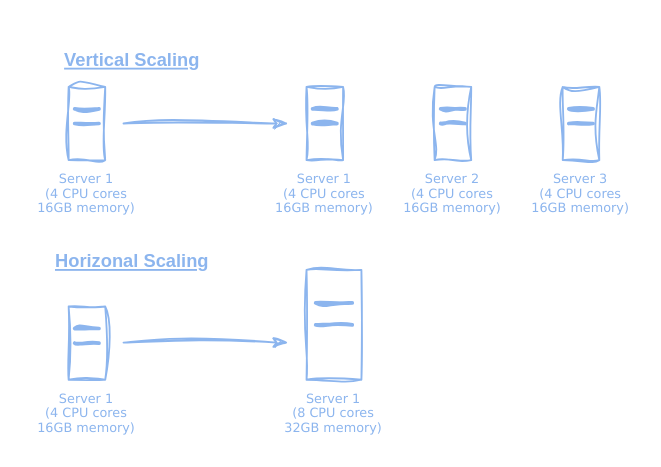
This is page "Page-1" (1 of 2) of diagrams/scaling.drawio from MichaelStott/tech-squawks, a draw.io file, before an edit. Source tidied: cells renumbered, new cells numbered last; positions are measured from the earlier drawing's top-left corner, leaving out a move shared by most shapes. Both pictures are drawn from the tidied source at 183%, with x=0, y=0 at pixel (31, 31).
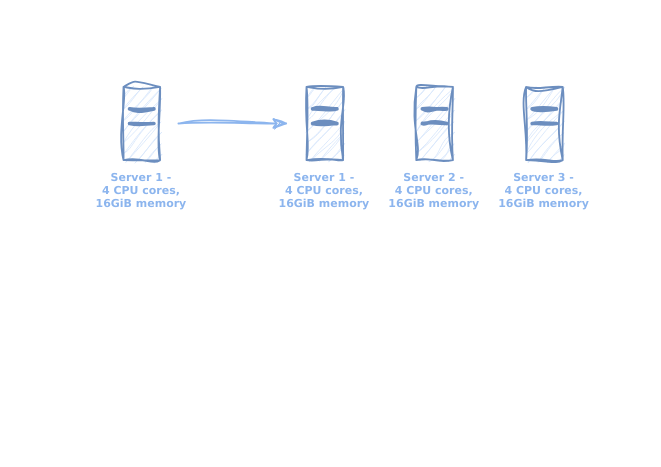
The same diagram, later.

Diff of the diagram source:
```diff
@@
-    <mxCell id="2" value="Server 1&#10;(4 CPU cores&#10;16GB memory)" style="group;strokeColor=#8CB5EE;fontSize=7;labelPosition=center;verticalLabelPosition=bottom;align=center;verticalAlign=top;fontFamily=Verdana;sketch=1;curveFitting=1;jiggle=2;fontColor=#8CB5EE;" parent="1" vertex="1">
-      <mxGeometry x="20" y="30" width="20" height="40" as="geometry" />
+    <mxCell id="2" value="Server 1 -&#10;4 CPU cores,&#10;16GiB memory" style="group;strokeColor=#6c8ebf;fontSize=6;labelPosition=center;verticalLabelPosition=bottom;align=center;verticalAlign=top;fontFamily=Verdana;sketch=1;curveFitting=1;jiggle=2;fillColor=#dae8fc;fontColor=#8CB5EE;fontStyle=1;" parent="1" vertex="1">
+      <mxGeometry x="50" y="30" width="20" height="40" as="geometry" />
     </mxCell>
-    <mxCell id="3" style="line;strokeWidth=2;html=1;sketch=1;curveFitting=1;jiggle=2;strokeColor=#8CB5EE;fontColor=#8CB5EE;" parent="2" vertex="1">
+    <mxCell id="3" style="line;strokeWidth=2;html=1;sketch=1;curveFitting=1;jiggle=2;strokeColor=#6c8ebf;fillColor=#dae8fc;fontColor=#8CB5EE;fontSize=6;fontStyle=1;" parent="2" vertex="1">
       <mxGeometry x="3.3" y="8" width="13.3" height="8" as="geometry" />
     </mxCell>
-    <mxCell id="4" style="line;strokeWidth=2;html=1;sketch=1;curveFitting=1;jiggle=2;strokeColor=#8CB5EE;fontColor=#8CB5EE;" parent="2" vertex="1">
+    <mxCell id="4" style="line;strokeWidth=2;html=1;sketch=1;curveFitting=1;jiggle=2;strokeColor=#6c8ebf;fillColor=#dae8fc;fontColor=#8CB5EE;fontSize=6;fontStyle=1;" parent="2" vertex="1">
       <mxGeometry x="3.3" y="16" width="13.3" height="8" as="geometry" />
     </mxCell>
-    <mxCell id="5" value="Server 2&#10;(4 CPU cores&#10;16GB memory)" style="group;strokeColor=#8CB5EE;fontSize=7;labelPosition=center;verticalLabelPosition=bottom;align=center;verticalAlign=top;fontFamily=Verdana;sketch=1;curveFitting=1;jiggle=2;fontColor=#8CB5EE;" parent="1" vertex="1">
-      <mxGeometry x="220" y="30" width="20" height="40" as="geometry" />
+    <mxCell id="5" value="Server 2 -&#10;4 CPU cores,&#10;16GiB memory" style="group;strokeColor=#6c8ebf;fontSize=6;labelPosition=center;verticalLabelPosition=bottom;align=center;verticalAlign=top;fontFamily=Verdana;sketch=1;curveFitting=1;jiggle=2;fillColor=#dae8fc;fontColor=#8CB5EE;fontStyle=1;" parent="1" vertex="1">
+      <mxGeometry x="210" y="30" width="20" height="40" as="geometry" />
     </mxCell>
-    <mxCell id="6" style="line;strokeWidth=2;html=1;sketch=1;curveFitting=1;jiggle=2;strokeColor=#8CB5EE;fontColor=#8CB5EE;" parent="5" vertex="1">
+    <mxCell id="6" style="line;strokeWidth=2;html=1;sketch=1;curveFitting=1;jiggle=2;strokeColor=#6c8ebf;fillColor=#dae8fc;fontColor=#8CB5EE;fontSize=6;fontStyle=1;" parent="5" vertex="1">
       <mxGeometry x="3.3" y="8" width="13.3" height="8" as="geometry" />
     </mxCell>
-    <mxCell id="7" style="line;strokeWidth=2;html=1;sketch=1;curveFitting=1;jiggle=2;strokeColor=#8CB5EE;fontColor=#8CB5EE;" parent="5" vertex="1">
+    <mxCell id="7" style="line;strokeWidth=2;html=1;sketch=1;curveFitting=1;jiggle=2;strokeColor=#6c8ebf;fillColor=#dae8fc;fontColor=#8CB5EE;fontSize=6;fontStyle=1;" parent="5" vertex="1">
       <mxGeometry x="3.3" y="16" width="13.3" height="8" as="geometry" />
     </mxCell>
-    <mxCell id="8" value="Server 1&#10;(4 CPU cores&#10;16GB memory)" style="group;strokeColor=#8CB5EE;fontSize=7;labelPosition=center;verticalLabelPosition=bottom;align=center;verticalAlign=top;fontFamily=Verdana;sketch=1;curveFitting=1;jiggle=2;fontColor=#8CB5EE;" parent="1" vertex="1">
+    <mxCell id="8" value="Server 1 -&#10;4 CPU cores,&#10;16GiB memory" style="group;strokeColor=#6c8ebf;fontSize=6;labelPosition=center;verticalLabelPosition=bottom;align=center;verticalAlign=top;fontFamily=Verdana;sketch=1;curveFitting=1;jiggle=2;fillColor=#dae8fc;fontColor=#8CB5EE;fontStyle=1;" parent="1" vertex="1">
       <mxGeometry x="150" y="30" width="20" height="40" as="geometry" />
     </mxCell>
-    <mxCell id="9" style="line;strokeWidth=2;html=1;sketch=1;curveFitting=1;jiggle=2;strokeColor=#8CB5EE;fontColor=#8CB5EE;" parent="8" vertex="1">
+    <mxCell id="9" style="line;strokeWidth=2;html=1;sketch=1;curveFitting=1;jiggle=2;strokeColor=#6c8ebf;fillColor=#dae8fc;fontColor=#8CB5EE;fontSize=6;fontStyle=1;" parent="8" vertex="1">
       <mxGeometry x="3.3" y="8" width="13.3" height="8" as="geometry" />
     </mxCell>
-    <mxCell id="10" style="line;strokeWidth=2;html=1;sketch=1;curveFitting=1;jiggle=2;strokeColor=#8CB5EE;fontColor=#8CB5EE;" parent="8" vertex="1">
+    <mxCell id="10" style="line;strokeWidth=2;html=1;sketch=1;curveFitting=1;jiggle=2;strokeColor=#6c8ebf;fillColor=#dae8fc;fontColor=#8CB5EE;fontSize=6;fontStyle=1;" parent="8" vertex="1">
       <mxGeometry x="3.3" y="16" width="13.3" height="8" as="geometry" />
     </mxCell>
-    <mxCell id="11" value="Server 3&#10;(4 CPU cores&#10;16GB memory)" style="group;strokeColor=#8CB5EE;fontSize=7;labelPosition=center;verticalLabelPosition=bottom;align=center;verticalAlign=top;fontFamily=Verdana;sketch=1;curveFitting=1;jiggle=2;fontColor=#8CB5EE;" parent="1" vertex="1">
-      <mxGeometry x="290" y="30" width="20" height="40" as="geometry" />
+    <mxCell id="11" value="Server 3 -&#10;4 CPU cores,&#10;16GiB memory" style="group;strokeColor=#6c8ebf;fontSize=6;labelPosition=center;verticalLabelPosition=bottom;align=center;verticalAlign=top;fontFamily=Verdana;sketch=1;curveFitting=1;jiggle=2;fillColor=#dae8fc;fontColor=#8CB5EE;fontStyle=1;" parent="1" vertex="1">
+      <mxGeometry x="270" y="30" width="20" height="40" as="geometry" />
     </mxCell>
-    <mxCell id="12" style="line;strokeWidth=2;html=1;sketch=1;curveFitting=1;jiggle=2;strokeColor=#8CB5EE;fontColor=#8CB5EE;" parent="11" vertex="1">
+    <mxCell id="12" style="line;strokeWidth=2;html=1;sketch=1;curveFitting=1;jiggle=2;strokeColor=#6c8ebf;fillColor=#dae8fc;fontColor=#8CB5EE;fontSize=6;fontStyle=1;" parent="11" vertex="1">
       <mxGeometry x="3.3" y="8" width="13.3" height="8" as="geometry" />
     </mxCell>
-    <mxCell id="13" style="line;strokeWidth=2;html=1;sketch=1;curveFitting=1;jiggle=2;strokeColor=#8CB5EE;fontColor=#8CB5EE;" parent="11" vertex="1">
+    <mxCell id="13" style="line;strokeWidth=2;html=1;sketch=1;curveFitting=1;jiggle=2;strokeColor=#6c8ebf;fillColor=#dae8fc;fontColor=#8CB5EE;fontSize=6;fontStyle=1;" parent="11" vertex="1">
       <mxGeometry x="3.3" y="16" width="13.3" height="8" as="geometry" />
     </mxCell>
-    <mxCell id="14" style="edgeStyle=none;orthogonalLoop=1;jettySize=auto;html=1;rounded=0;sketch=1;curveFitting=1;jiggle=2;strokeColor=#8CB5EE;endArrow=classicThin;endFill=1;fontColor=#8CB5EE;" parent="1" edge="1">
+    <mxCell id="14" style="edgeStyle=none;orthogonalLoop=1;jettySize=auto;html=1;rounded=0;sketch=1;curveFitting=1;jiggle=2;strokeColor=#8CB5EE;endArrow=classicThin;endFill=1;fontColor=#8CB5EE;fontSize=6;fontStyle=1;" parent="1" edge="1">
       <mxGeometry relative="1" as="geometry">
-        <mxPoint x="50" y="50" as="sourcePoint" />
+        <mxPoint x="80" y="50" as="sourcePoint" />
         <mxPoint x="140" y="50" as="targetPoint" />
       </mxGeometry>
     </mxCell>
-    <mxCell id="15" value="&lt;b&gt;Vertical Scaling&lt;/b&gt;" style="text;html=1;strokeColor=none;fillColor=none;align=center;verticalAlign=middle;whiteSpace=wrap;rounded=0;fontColor=#8CB5EE;fontSize=10;fontStyle=4;" parent="1" vertex="1">
-      <mxGeometry width="110" height="30" as="geometry" />
-    </mxCell>
-    <mxCell id="16" value="&lt;b&gt;Horizonal Scaling&lt;/b&gt;" style="text;html=1;strokeColor=none;fillColor=none;align=center;verticalAlign=middle;whiteSpace=wrap;rounded=0;fontColor=#8CB5EE;fontSize=10;fontStyle=4;" parent="1" vertex="1">
-      <mxGeometry y="110" width="110" height="30" as="geometry" />
-    </mxCell>
-    <mxCell id="17" value="Server 1&#10;(4 CPU cores&#10;16GB memory)" style="group;strokeColor=#8CB5EE;fontSize=7;labelPosition=center;verticalLabelPosition=bottom;align=center;verticalAlign=top;fontFamily=Verdana;sketch=1;curveFitting=1;jiggle=2;fontColor=#8CB5EE;" parent="1" vertex="1">
-      <mxGeometry x="20" y="150" width="20" height="40" as="geometry" />
-    </mxCell>
-    <mxCell id="18" style="line;strokeWidth=2;html=1;sketch=1;curveFitting=1;jiggle=2;strokeColor=#8CB5EE;fontColor=#8CB5EE;" parent="17" vertex="1">
-      <mxGeometry x="3.3" y="8" width="13.3" height="8" as="geometry" />
-    </mxCell>
-    <mxCell id="19" style="line;strokeWidth=2;html=1;sketch=1;curveFitting=1;jiggle=2;strokeColor=#8CB5EE;fontColor=#8CB5EE;" parent="17" vertex="1">
-      <mxGeometry x="3.3" y="16" width="13.3" height="8" as="geometry" />
-    </mxCell>
-    <mxCell id="20" value="Server 1&#10;(8 CPU cores&#10;32GB memory)" style="group;strokeColor=#8CB5EE;fontSize=7;labelPosition=center;verticalLabelPosition=bottom;align=center;verticalAlign=top;fontFamily=Verdana;sketch=1;curveFitting=1;jiggle=2;fontColor=#8CB5EE;" parent="1" vertex="1">
-      <mxGeometry x="150" y="130" width="30" height="60" as="geometry" />
-    </mxCell>
-    <mxCell id="21" style="line;strokeWidth=2;html=1;sketch=1;curveFitting=1;jiggle=2;strokeColor=#8CB5EE;fontColor=#8CB5EE;" parent="20" vertex="1">
-      <mxGeometry x="5" y="12" width="20" height="12" as="geometry" />
-    </mxCell>
-    <mxCell id="22" style="line;strokeWidth=2;html=1;sketch=1;curveFitting=1;jiggle=2;strokeColor=#8CB5EE;fontColor=#8CB5EE;" parent="20" vertex="1">
-      <mxGeometry x="5" y="24" width="20" height="12" as="geometry" />
-    </mxCell>
-    <mxCell id="23" style="edgeStyle=none;orthogonalLoop=1;jettySize=auto;html=1;rounded=0;sketch=1;curveFitting=1;jiggle=2;strokeColor=#8CB5EE;endArrow=classicThin;endFill=1;fontColor=#8CB5EE;" parent="1" edge="1">
-      <mxGeometry relative="1" as="geometry">
-        <mxPoint x="50" y="169.7" as="sourcePoint" />
-        <mxPoint x="140" y="169.7" as="targetPoint" />
-      </mxGeometry>
-    </mxCell>
```
